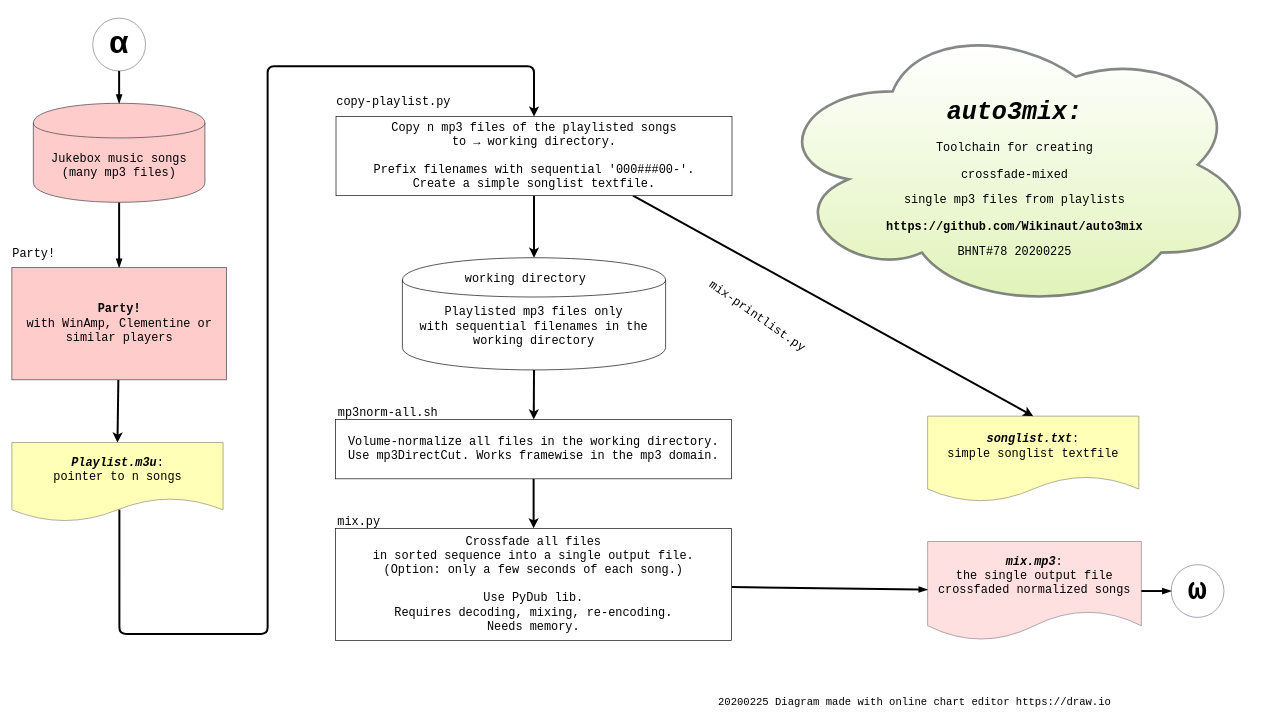
Before: auto3mix-16to10.drawio in Wikinaut/auto3mix, a draw.io diagram. Source tidied: cells renumbered, new cells numbered last; positions are measured from the earlier drawing's top-left corner, leaving out a move shared by most shapes. Both pictures are drawn from the tidied source at 66%, with x=0, y=0 at pixel (11, 18).
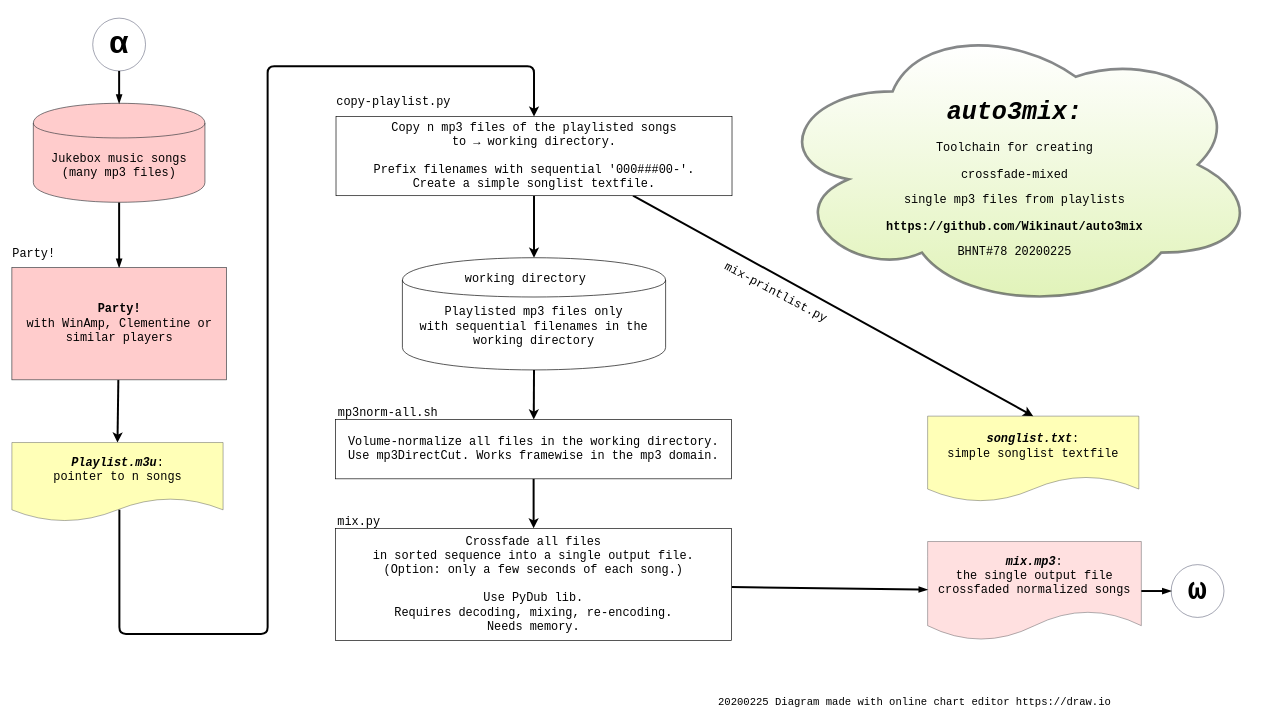
Above is the later version.

The edit, as a diff of the source:
```diff
@@
-    <mxCell id="14" value="&lt;div&gt;mix-printlist.py&lt;/div&gt;" style="text;html=1;strokeColor=none;fillColor=none;align=center;verticalAlign=middle;whiteSpace=wrap;rounded=0;shadow=0;fontFamily=Courier New;fontSize=18;opacity=60;rotation=35;" parent="1" vertex="1">
-      <mxGeometry x="1008" y="444" width="245" height="15" as="geometry" />
+    <mxCell id="14" value="&lt;div&gt;mix-printlist.py&lt;/div&gt;" style="text;html=1;strokeColor=none;fillColor=none;align=center;verticalAlign=middle;whiteSpace=wrap;rounded=0;shadow=0;fontFamily=Courier New;fontSize=18;opacity=60;rotation=28;" parent="1" vertex="1">
+      <mxGeometry x="1032.2" y="415.2" width="252.9" height="0.1" as="geometry" />
     </mxCell>
```
